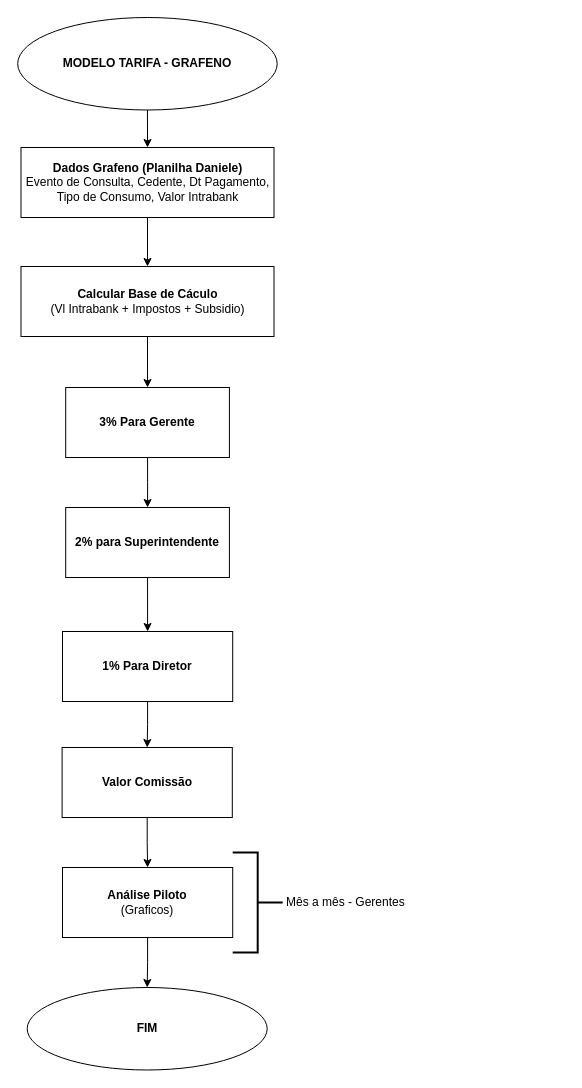
Before: page "MODELO TARIFA - GRAFENO" (3 of 4) of FLUXOGRAMAS.drawio in henriquelima0/exercicios-fiap, a draw.io diagram. Source tidied: cells renumbered, new cells numbered last; positions are measured from the earlier drawing's top-left corner, leaving out a move shared by most shapes. Both pictures are drawn from the tidied source at 100%, with x=0, y=0 at pixel (17, 17).
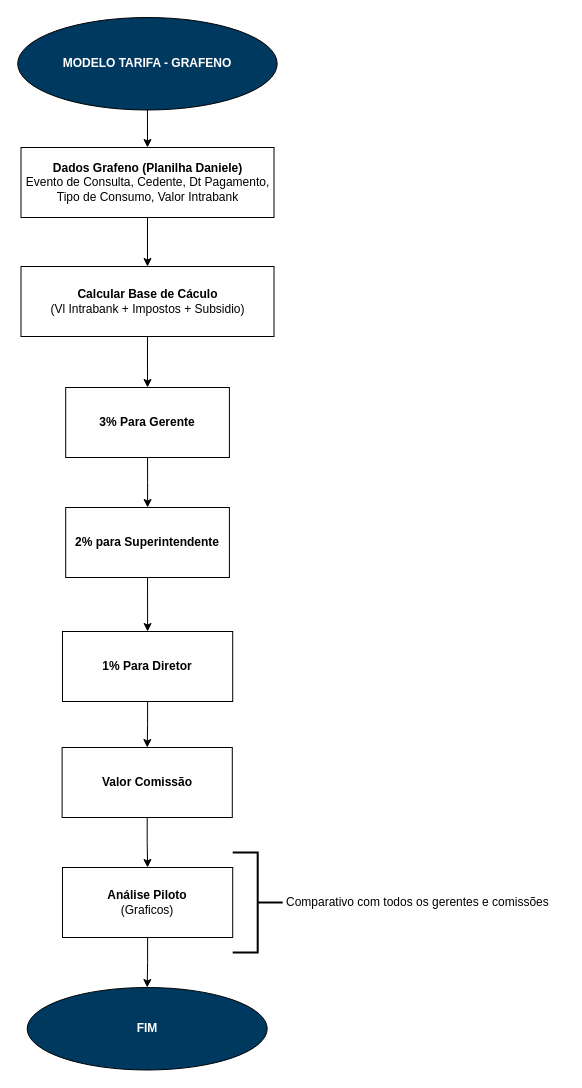
The same diagram, later.

Change to the diagram source:
```diff
@@
-    <mxCell id="7" value="&lt;b&gt;MODELO TARIFA - GRAFENO&lt;/b&gt;" style="ellipse;whiteSpace=wrap;html=1;" parent="1" vertex="1">
+    <mxCell id="7" value="&lt;b&gt;&lt;font color=&quot;#ffffff&quot;&gt;MODELO TARIFA - GRAFENO&lt;/font&gt;&lt;/b&gt;" style="ellipse;whiteSpace=wrap;html=1;fillColor=#003960;" parent="1" vertex="1">
       <mxGeometry x="0.2" width="259.5" height="92.5" as="geometry" />
     </mxCell>
-    <mxCell id="8" value="&lt;b&gt;FIM&lt;/b&gt;" style="ellipse;whiteSpace=wrap;html=1;" parent="1" vertex="1">
+    <mxCell id="8" value="&lt;b&gt;&lt;font color=&quot;#ffffff&quot;&gt;FIM&lt;/font&gt;&lt;/b&gt;" style="ellipse;whiteSpace=wrap;html=1;fillColor=#003960;" parent="1" vertex="1">
       <mxGeometry x="9.7" y="970" width="240" height="82.5" as="geometry" />
     </mxCell>
@@
-    <mxCell id="19" style="strokeWidth=2;html=1;shape=mxgraph.flowchart.annotation_2;align=left;labelPosition=right;direction=west;" parent="1" vertex="1">
+    <mxCell id="19" style="strokeWidth=2;html=1;shape=mxgraph.flowchart.annotation_2;align=left;labelPosition=right;direction=west;fillColor=#003960;" parent="1" vertex="1">
       <mxGeometry x="215.2" y="835" width="50" height="100" as="geometry" />
     </mxCell>
-    <mxCell id="20" value="&lt;h1 style=&quot;margin-top: 0px;&quot;&gt;&lt;span style=&quot;font-size: 12px; font-weight: 400;&quot;&gt;Mês a mês - Gerentes&lt;/span&gt;&lt;/h1&gt;" style="text;html=1;whiteSpace=wrap;overflow=hidden;rounded=0;" parent="1" vertex="1">
-      <mxGeometry x="267" y="860" width="136" height="50" as="geometry" />
+    <mxCell id="20" value="&lt;h1 style=&quot;margin-top: 0px;&quot;&gt;&lt;span style=&quot;font-size: 12px; font-weight: 400;&quot;&gt;Comparativo com todos os gerentes e comissões&lt;/span&gt;&lt;/h1&gt;&lt;div&gt;&lt;span style=&quot;font-size: 12px; font-weight: 400;&quot;&gt;&lt;br&gt;&lt;/span&gt;&lt;/div&gt;" style="text;html=1;whiteSpace=wrap;overflow=hidden;rounded=0;" parent="1" vertex="1">
+      <mxGeometry x="267" y="860" width="280" height="50" as="geometry" />
     </mxCell>
```
